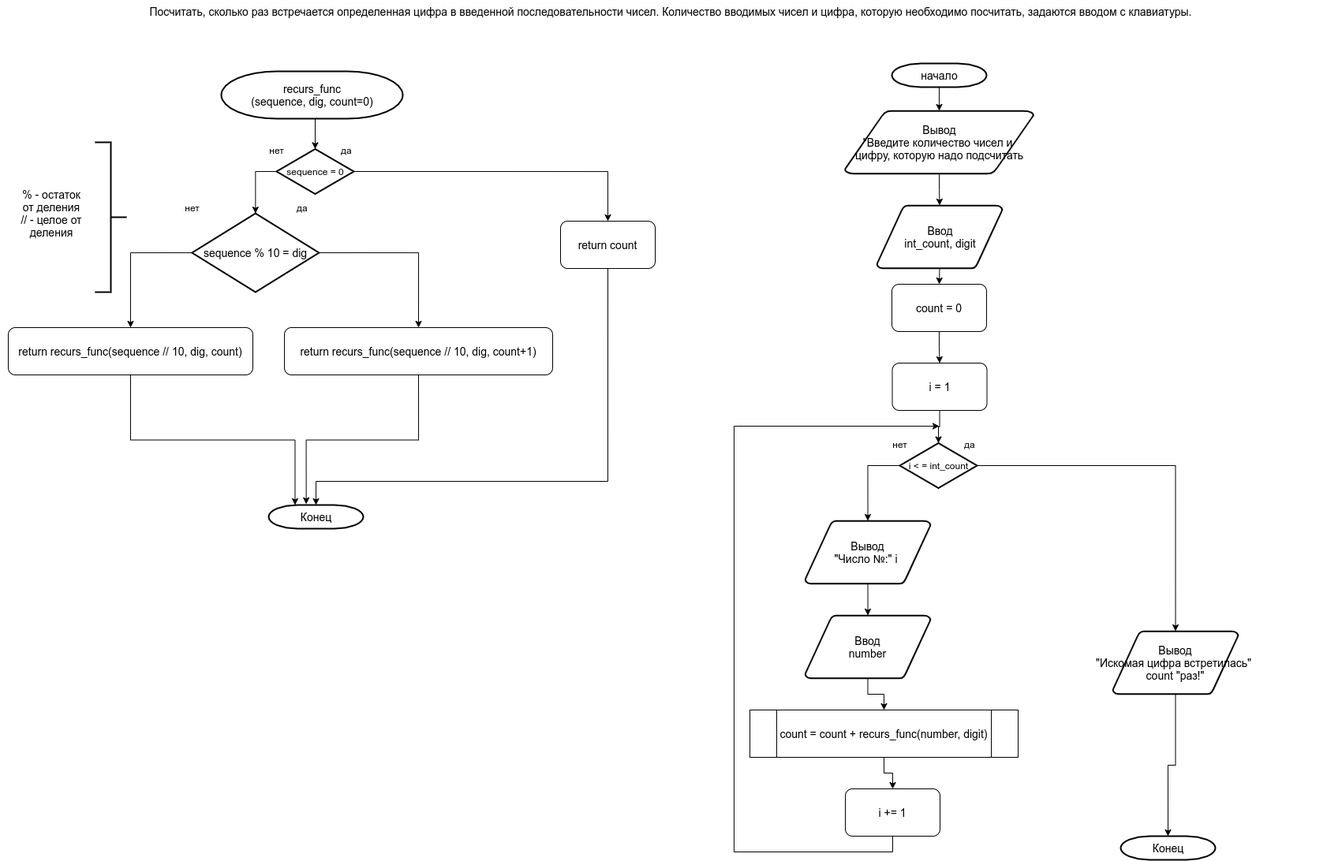
log-box/pythonAlgorithmsAndDataStructure keeps this draw.io diagram as les2-task8.png. Above is the earlier version. Source tidied: cells renumbered, new cells last; positions are measured from the earlier drawing's top-left corner, leaving out a move shared by most shapes. The source it was exported from:
```xml
<mxGraphModel>
  <root>
    <mxCell id="0" />
    <mxCell id="1" parent="0" />
    <mxCell id="2" value="Посчитать, сколько раз встречается определенная цифра в введенной последовательности чисел. Количество вводимых чисел и цифра, которую необходимо посчитать, задаются вводом с клавиатуры." style="text;whiteSpace=wrap;html=1;fontSize=14;align=center;" parent="1" vertex="1">
      <mxGeometry width="1700" height="50" as="geometry" />
    </mxCell>
    <mxCell id="3" style="edgeStyle=orthogonalEdgeStyle;rounded=0;jettySize=auto;html=1;fontSize=14;" parent="1" edge="1" source="4" target="6">
      <mxGeometry relative="1" as="geometry" />
    </mxCell>
    <mxCell id="4" value="начало" style="shape=mxgraph.flowchart.terminator;strokeWidth=2;gradientColor=none;gradientDirection=north;fontStyle=0;html=1;fontSize=14;align=center;" parent="1" vertex="1">
      <mxGeometry x="1130" y="80" width="120" height="30" as="geometry" />
    </mxCell>
    <mxCell id="5" style="edgeStyle=orthogonalEdgeStyle;rounded=0;jettySize=auto;html=1;fontSize=14;" parent="1" edge="1" source="6" target="8">
      <mxGeometry relative="1" as="geometry" />
    </mxCell>
    <mxCell id="6" value="Вывод&lt;br&gt;&quot;Введите количество чисел и &lt;br&gt;цифру, которую надо подсчитать" style="shape=mxgraph.flowchart.data;strokeWidth=2;gradientColor=none;gradientDirection=north;fontStyle=0;html=1;fontSize=14;align=center;" parent="1" vertex="1">
      <mxGeometry x="1070.2" y="140" width="239.5" height="80" as="geometry" />
    </mxCell>
    <mxCell id="7" style="edgeStyle=orthogonalEdgeStyle;rounded=0;jettySize=auto;html=1;exitX=0.5;exitY=1;exitDx=0;exitDy=0;exitPerimeter=0;entryX=0.5;entryY=0;entryDx=0;entryDy=0;fontSize=14;" parent="1" edge="1" source="8">
      <mxGeometry relative="1" as="geometry">
        <mxPoint x="1190" y="360" as="targetPoint" />
      </mxGeometry>
    </mxCell>
    <mxCell id="8" value="Ввод&lt;br&gt;int_count, digit" style="shape=mxgraph.flowchart.data;strokeWidth=2;gradientColor=none;gradientDirection=north;fontStyle=0;html=1;fontSize=14;align=center;" parent="1" vertex="1">
      <mxGeometry x="1111" y="260" width="159" height="80" as="geometry" />
    </mxCell>
    <mxCell id="9" style="edgeStyle=orthogonalEdgeStyle;rounded=0;jettySize=auto;html=1;exitX=0.5;exitY=1;exitDx=0;exitDy=0;exitPerimeter=0;entryX=0.5;entryY=0;entryDx=0;entryDy=0;entryPerimeter=0;fontSize=14;" parent="1" edge="1" source="10" target="12">
      <mxGeometry relative="1" as="geometry" />
    </mxCell>
    <mxCell id="10" value="recurs_func&lt;br&gt;(sequence, dig, count=0)" style="shape=mxgraph.flowchart.terminator;strokeWidth=2;gradientColor=none;gradientDirection=north;fontStyle=0;html=1;fontSize=14;align=center;" parent="1" vertex="1">
      <mxGeometry x="280" y="90" width="230" height="60" as="geometry" />
    </mxCell>
    <mxCell id="11" style="group;fontSize=14;align=center;" parent="1" vertex="1">
      <mxGeometry x="330" y="177" width="140" height="68.5" as="geometry" />
    </mxCell>
    <mxCell id="12" value="sequence = 0" style="shape=mxgraph.flowchart.decision;strokeWidth=2;gradientColor=none;gradientDirection=north;fontStyle=0;html=1;" parent="11" vertex="1">
      <mxGeometry x="20" y="11.5" width="98" height="57" as="geometry" />
    </mxCell>
    <mxCell id="13" value="да" style="text;fontStyle=0;html=1;strokeColor=none;gradientColor=none;fillColor=none;strokeWidth=2;" parent="11" vertex="1">
      <mxGeometry x="100" width="40" height="26" as="geometry" />
    </mxCell>
    <mxCell id="14" value="нет" style="text;fontStyle=0;html=1;strokeColor=none;gradientColor=none;fillColor=none;strokeWidth=2;align=center;" parent="11" vertex="1">
      <mxGeometry width="40" height="26" as="geometry" />
    </mxCell>
    <mxCell id="15" style="edgeStyle=orthogonalEdgeStyle;rounded=0;jettySize=auto;html=1;entryX=0.5;entryY=0;entryDx=0;entryDy=0;entryPerimeter=0;fontSize=14;exitX=0.5;exitY=1;exitDx=0;exitDy=0;" parent="1" edge="1" source="16" target="29">
      <mxGeometry relative="1" as="geometry">
        <Array as="points">
          <mxPoint x="770" y="610" />
          <mxPoint x="400" y="610" />
        </Array>
      </mxGeometry>
    </mxCell>
    <mxCell id="16" value="return count" style="rounded=1;whiteSpace=wrap;html=1;fontSize=14;align=center;" parent="1" vertex="1">
      <mxGeometry x="710" y="280" width="120" height="60" as="geometry" />
    </mxCell>
    <mxCell id="17" style="edgeStyle=orthogonalEdgeStyle;rounded=0;jettySize=auto;html=1;exitX=1;exitY=0.5;exitDx=0;exitDy=0;exitPerimeter=0;entryX=0.5;entryY=0;entryDx=0;entryDy=0;fontSize=14;" parent="1" edge="1" source="12" target="16">
      <mxGeometry relative="1" as="geometry" />
    </mxCell>
    <mxCell id="18" style="group;fontSize=14;align=center;" parent="1" vertex="1">
      <mxGeometry x="210" y="250" width="230" height="120" as="geometry" />
    </mxCell>
    <mxCell id="19" value="&lt;span style=&quot;font-size: 14px&quot;&gt;sequence % 10 = dig&lt;/span&gt;" style="shape=mxgraph.flowchart.decision;strokeWidth=2;gradientColor=none;gradientDirection=north;fontStyle=0;html=1;" parent="18" vertex="1">
      <mxGeometry x="32.9" y="20.1" width="161" height="99.9" as="geometry" />
    </mxCell>
    <mxCell id="20" value="да" style="text;fontStyle=0;html=1;strokeColor=none;gradientColor=none;fillColor=none;strokeWidth=2;" parent="18" vertex="1">
      <mxGeometry x="164.3" width="65.7" height="45.5" as="geometry" />
    </mxCell>
    <mxCell id="21" value="нет" style="text;fontStyle=0;html=1;strokeColor=none;gradientColor=none;fillColor=none;strokeWidth=2;align=center;" parent="18" vertex="1">
      <mxGeometry width="65.7" height="45.5" as="geometry" />
    </mxCell>
    <mxCell id="22" style="edgeStyle=orthogonalEdgeStyle;rounded=0;jettySize=auto;html=1;exitX=0.5;exitY=1;exitDx=0;exitDy=0;fontSize=14;entryX=0.397;entryY=-0.039;entryDx=0;entryDy=0;entryPerimeter=0;" parent="1" edge="1" source="23" target="29">
      <mxGeometry relative="1" as="geometry" />
    </mxCell>
    <mxCell id="23" value="return recurs_func(sequence // 10, dig, count+1)" style="rounded=1;whiteSpace=wrap;html=1;fontSize=14;align=center;" parent="1" vertex="1">
      <mxGeometry x="360" y="415" width="340" height="60" as="geometry" />
    </mxCell>
    <mxCell id="24" style="edgeStyle=orthogonalEdgeStyle;rounded=0;jettySize=auto;html=1;exitX=1;exitY=0.5;exitDx=0;exitDy=0;exitPerimeter=0;entryX=0.5;entryY=0;entryDx=0;entryDy=0;fontSize=14;" parent="1" edge="1" source="19" target="23">
      <mxGeometry relative="1" as="geometry" />
    </mxCell>
    <mxCell id="25" style="edgeStyle=orthogonalEdgeStyle;rounded=0;jettySize=auto;html=1;exitX=0.5;exitY=1;exitDx=0;exitDy=0;entryX=0.279;entryY=0;entryDx=0;entryDy=0;entryPerimeter=0;fontSize=14;" parent="1" edge="1" source="26" target="29">
      <mxGeometry relative="1" as="geometry" />
    </mxCell>
    <mxCell id="26" value="return recurs_func(sequence // 10, dig, count)" style="rounded=1;whiteSpace=wrap;html=1;fontSize=14;align=center;" parent="1" vertex="1">
      <mxGeometry x="10" y="415" width="310" height="60" as="geometry" />
    </mxCell>
    <mxCell id="27" style="edgeStyle=orthogonalEdgeStyle;rounded=0;jettySize=auto;html=1;exitX=0;exitY=0.5;exitDx=0;exitDy=0;exitPerimeter=0;entryX=0.5;entryY=0;entryDx=0;entryDy=0;fontSize=14;" parent="1" edge="1" source="19" target="26">
      <mxGeometry relative="1" as="geometry" />
    </mxCell>
    <mxCell id="28" style="edgeStyle=orthogonalEdgeStyle;rounded=0;jettySize=auto;html=1;exitX=0;exitY=0.5;exitDx=0;exitDy=0;exitPerimeter=0;entryX=0.5;entryY=0;entryDx=0;entryDy=0;entryPerimeter=0;fontSize=14;" parent="1" edge="1" source="12" target="19">
      <mxGeometry relative="1" as="geometry" />
    </mxCell>
    <mxCell id="29" value="Конец" style="shape=mxgraph.flowchart.terminator;strokeWidth=2;gradientColor=none;gradientDirection=north;fontStyle=0;html=1;fontSize=14;align=center;" parent="1" vertex="1">
      <mxGeometry x="340" y="640" width="120" height="30" as="geometry" />
    </mxCell>
    <mxCell id="30" style="strokeWidth=2;html=1;shape=mxgraph.flowchart.annotation_2;align=left;labelPosition=right;fontSize=14;rotation=-180;" parent="1" vertex="1">
      <mxGeometry x="120" y="180" width="40" height="190" as="geometry" />
    </mxCell>
    <mxCell id="31" value="% - остаток от деления&lt;br&gt;// - целое от деления" style="text;html=1;strokeColor=none;fillColor=none;align=center;verticalAlign=middle;whiteSpace=wrap;rounded=0;fontSize=14;" parent="1" vertex="1">
      <mxGeometry x="20" y="190" width="90" height="160" as="geometry" />
    </mxCell>
    <mxCell id="32" style="edgeStyle=orthogonalEdgeStyle;rounded=0;jettySize=auto;html=1;fontSize=14;" parent="1" edge="1" source="33" target="35">
      <mxGeometry relative="1" as="geometry" />
    </mxCell>
    <mxCell id="33" value="&lt;span&gt;count = 0&lt;/span&gt;" style="rounded=1;whiteSpace=wrap;html=1;fontSize=14;align=center;" parent="1" vertex="1">
      <mxGeometry x="1130" y="360" width="120" height="60" as="geometry" />
    </mxCell>
    <mxCell id="34" style="edgeStyle=orthogonalEdgeStyle;rounded=0;jettySize=auto;html=1;exitX=0.5;exitY=1;exitDx=0;exitDy=0;entryX=0.5;entryY=0;entryDx=0;entryDy=0;entryPerimeter=0;fontSize=14;" parent="1" edge="1" source="35" target="37">
      <mxGeometry relative="1" as="geometry" />
    </mxCell>
    <mxCell id="35" value="i = 1" style="rounded=1;whiteSpace=wrap;html=1;fontSize=14;align=center;" parent="1" vertex="1">
      <mxGeometry x="1130.5" y="460" width="120" height="60" as="geometry" />
    </mxCell>
    <mxCell id="36" style="group;fontSize=14;align=center;" parent="1" vertex="1">
      <mxGeometry x="1120" y="550" width="140" height="68.5" as="geometry" />
    </mxCell>
    <mxCell id="37" value="i &amp;lt; = int_count" style="shape=mxgraph.flowchart.decision;strokeWidth=2;gradientColor=none;gradientDirection=north;fontStyle=0;html=1;" parent="36" vertex="1">
      <mxGeometry x="20" y="11.5" width="98" height="57" as="geometry" />
    </mxCell>
    <mxCell id="38" value="да" style="text;fontStyle=0;html=1;strokeColor=none;gradientColor=none;fillColor=none;strokeWidth=2;" parent="36" vertex="1">
      <mxGeometry x="100" width="40" height="26" as="geometry" />
    </mxCell>
    <mxCell id="39" value="нет" style="text;fontStyle=0;html=1;strokeColor=none;gradientColor=none;fillColor=none;strokeWidth=2;align=center;" parent="36" vertex="1">
      <mxGeometry width="40" height="26" as="geometry" />
    </mxCell>
    <mxCell id="40" style="edgeStyle=orthogonalEdgeStyle;rounded=0;jettySize=auto;html=1;entryX=0.5;entryY=0;entryDx=0;entryDy=0;entryPerimeter=0;fontSize=14;" parent="1" edge="1" source="41" target="52">
      <mxGeometry relative="1" as="geometry" />
    </mxCell>
    <mxCell id="41" value="Вывод&lt;br&gt;&quot;Искомая цифра встретилась&quot;&amp;nbsp;&lt;br&gt;count &quot;раз!&quot;" style="shape=mxgraph.flowchart.data;strokeWidth=2;gradientColor=none;gradientDirection=north;fontStyle=0;html=1;fontSize=14;align=center;" parent="1" vertex="1">
      <mxGeometry x="1410" y="800" width="159" height="80" as="geometry" />
    </mxCell>
    <mxCell id="42" style="edgeStyle=orthogonalEdgeStyle;rounded=0;jettySize=auto;html=1;exitX=1;exitY=0.5;exitDx=0;exitDy=0;exitPerimeter=0;entryX=0.5;entryY=0;entryDx=0;entryDy=0;entryPerimeter=0;fontSize=14;" parent="1" edge="1" source="37" target="41">
      <mxGeometry relative="1" as="geometry" />
    </mxCell>
    <mxCell id="43" style="edgeStyle=orthogonalEdgeStyle;rounded=0;jettySize=auto;html=1;fontSize=14;" parent="1" edge="1" source="44" target="46">
      <mxGeometry relative="1" as="geometry" />
    </mxCell>
    <mxCell id="44" value="Вывод&lt;br&gt;&quot;Число №:&quot; i&amp;nbsp;" style="shape=mxgraph.flowchart.data;strokeWidth=2;gradientColor=none;gradientDirection=north;fontStyle=0;html=1;fontSize=14;align=center;" parent="1" vertex="1">
      <mxGeometry x="1020" y="660" width="159" height="80" as="geometry" />
    </mxCell>
    <mxCell id="45" style="edgeStyle=orthogonalEdgeStyle;rounded=0;jettySize=auto;html=1;entryX=0.5;entryY=0;entryDx=0;entryDy=0;fontSize=14;" parent="1" edge="1" source="46" target="49">
      <mxGeometry relative="1" as="geometry" />
    </mxCell>
    <mxCell id="46" value="Ввод&lt;br&gt;number" style="shape=mxgraph.flowchart.data;strokeWidth=2;gradientColor=none;gradientDirection=north;fontStyle=0;html=1;fontSize=14;align=center;" parent="1" vertex="1">
      <mxGeometry x="1020" y="780" width="159" height="80" as="geometry" />
    </mxCell>
    <mxCell id="47" style="edgeStyle=orthogonalEdgeStyle;rounded=0;jettySize=auto;html=1;exitX=0;exitY=0.5;exitDx=0;exitDy=0;exitPerimeter=0;entryX=0.5;entryY=0;entryDx=0;entryDy=0;entryPerimeter=0;fontSize=14;" parent="1" edge="1" source="37" target="44">
      <mxGeometry relative="1" as="geometry" />
    </mxCell>
    <mxCell id="48" style="edgeStyle=orthogonalEdgeStyle;rounded=0;jettySize=auto;html=1;exitX=0.5;exitY=1;exitDx=0;exitDy=0;entryX=0.5;entryY=0;entryDx=0;entryDy=0;fontSize=14;" parent="1" edge="1" source="49" target="51">
      <mxGeometry relative="1" as="geometry" />
    </mxCell>
    <mxCell id="49" value="count = count + recurs_func(number, digit)" style="shape=process;whiteSpace=wrap;html=1;backgroundOutline=1;fontSize=14;align=center;" parent="1" vertex="1">
      <mxGeometry x="950" y="900" width="340" height="60" as="geometry" />
    </mxCell>
    <mxCell id="50" style="edgeStyle=orthogonalEdgeStyle;rounded=0;jettySize=auto;html=1;exitX=0.5;exitY=1;exitDx=0;exitDy=0;fontSize=14;" parent="1" edge="1" source="51">
      <mxGeometry relative="1" as="geometry">
        <mxPoint x="1190" y="540" as="targetPoint" />
        <Array as="points">
          <mxPoint x="1131" y="1080" />
          <mxPoint x="930" y="1080" />
          <mxPoint x="930" y="540" />
        </Array>
      </mxGeometry>
    </mxCell>
    <mxCell id="51" value="i += 1" style="rounded=1;whiteSpace=wrap;html=1;fontSize=14;align=center;" parent="1" vertex="1">
      <mxGeometry x="1071" y="1000" width="120" height="60" as="geometry" />
    </mxCell>
    <mxCell id="52" value="Конец" style="shape=mxgraph.flowchart.terminator;strokeWidth=2;gradientColor=none;gradientDirection=north;fontStyle=0;html=1;fontSize=14;align=center;" parent="1" vertex="1">
      <mxGeometry x="1420" y="1060" width="120" height="30" as="geometry" />
    </mxCell>
  </root>
</mxGraphModel>
```
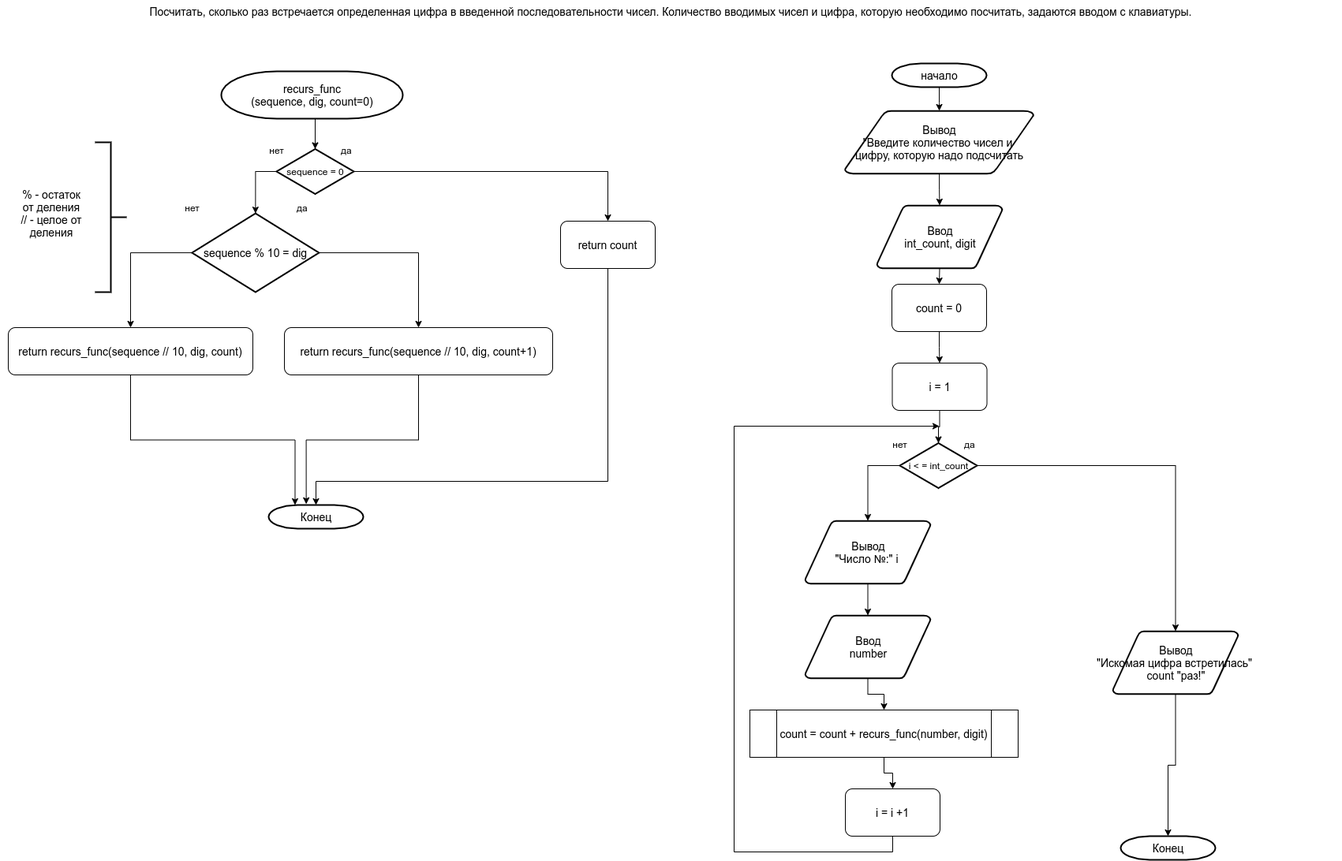
Above is the later version.

The edit, as a diff of the source:
```diff
@@ -163,7 +163,7 @@
         </Array>
       </mxGeometry>
     </mxCell>
-    <mxCell id="51" value="i += 1" style="rounded=1;whiteSpace=wrap;html=1;fontSize=14;align=center;" parent="1" vertex="1">
+    <mxCell id="51" value="i = i +1" style="rounded=1;whiteSpace=wrap;html=1;fontSize=14;align=center;" parent="1" vertex="1">
       <mxGeometry x="1071" y="1000" width="120" height="60" as="geometry" />
     </mxCell>
     <mxCell id="52" value="Конец" style="shape=mxgraph.flowchart.terminator;strokeWidth=2;gradientColor=none;gradientDirection=north;fontStyle=0;html=1;fontSize=14;align=center;" parent="1" vertex="1">
```
